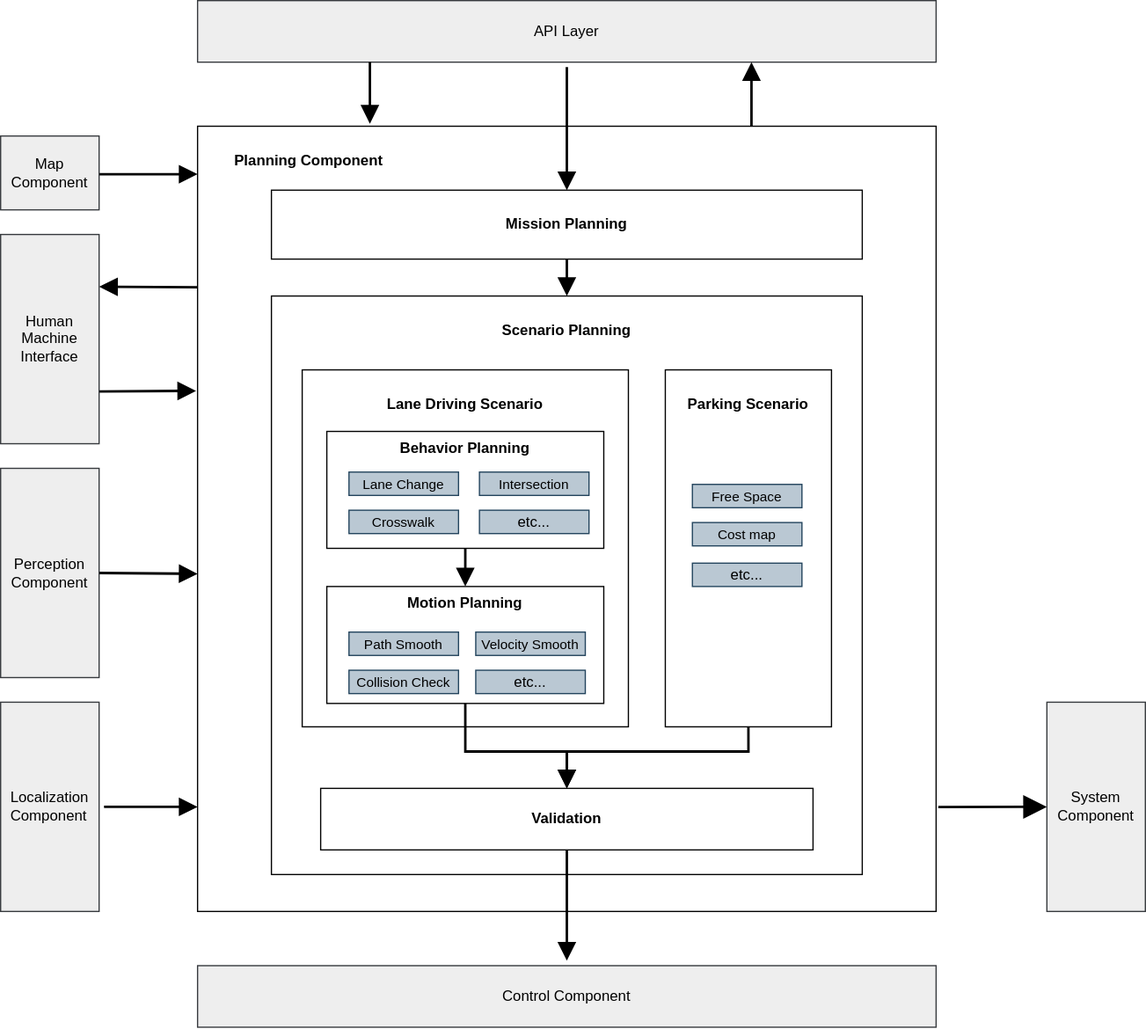
Earlier version of the draw.io export docs/design/autoware-architecture/planning/image/high-level-planning-diagram.drawio.svg (autowarefoundation/autoware-documentation). Source tidied: cells renumbered, new cells last; positions are measured from the earlier drawing's top-left corner, leaving out a move shared by most shapes.
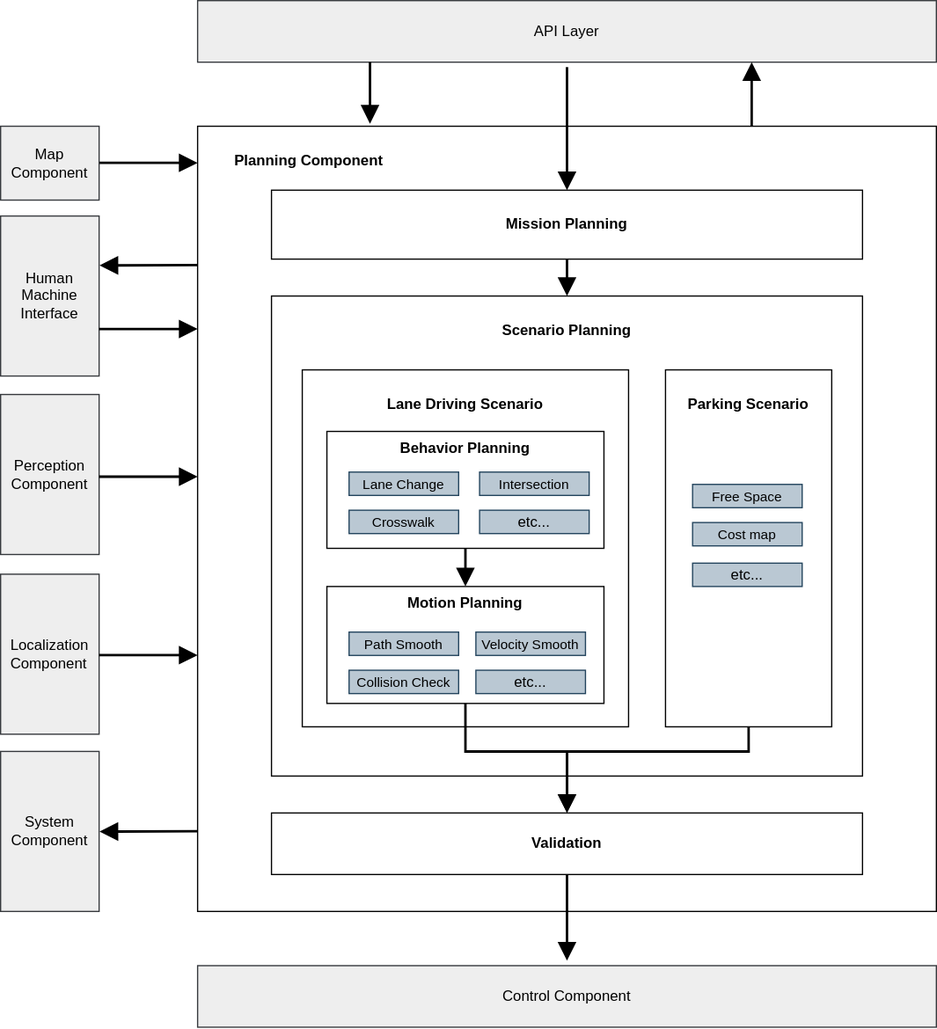
Later version of the same file.

Change to the diagram source:
```diff
@@ -4,34 +4,24 @@
     <mxCell id="1" parent="0" />
     <mxCell id="2" style="rounded=0;sketch=0;orthogonalLoop=1;jettySize=auto;html=1;exitX=1;exitY=0.5;exitDx=0;exitDy=0;exitPerimeter=0;entryX=0;entryY=0.036;entryDx=0;entryDy=0;entryPerimeter=0;shadow=0;labelBackgroundColor=none;strokeWidth=2;endArrow=block;endFill=1;startSize=10;endSize=10;sourcePerimeterSpacing=4;targetPerimeterSpacing=4;" parent="1" edge="1">
       <mxGeometry relative="1" as="geometry">
-        <mxPoint x="80" y="141" as="sourcePoint" />
-        <mxPoint x="160" y="141" as="targetPoint" />
+        <mxPoint x="80" y="131.8" as="sourcePoint" />
+        <mxPoint x="160" y="131.8" as="targetPoint" />
       </mxGeometry>
     </mxCell>
-    <mxCell id="3" style="edgeStyle=none;rounded=0;sketch=0;jettySize=auto;html=1;entryX=0;entryY=0.868;entryDx=0;entryDy=0;entryPerimeter=0;shadow=0;labelBackgroundColor=none;strokeWidth=2;endArrow=block;endFill=1;startSize=10;endSize=10;sourcePerimeterSpacing=4;targetPerimeterSpacing=4;" parent="1" edge="1" source="4" target="12">
-      <mxGeometry relative="1" as="geometry">
-        <Array as="points">
-          <mxPoint x="160" y="655" />
-        </Array>
-      </mxGeometry>
-    </mxCell>
     <mxCell id="4" value="&lt;div style=&quot;text-align: left&quot;&gt;Localization&lt;/div&gt;&lt;div style=&quot;text-align: left&quot;&gt;Component&lt;/div&gt;" style="rounded=1;whiteSpace=wrap;html=1;comic=0;shadow=0;arcSize=0;labelBackgroundColor=none;fillColor=#eeeeee;strokeColor=#36393d;" parent="1" vertex="1">
-      <mxGeometry y="570" width="80" height="170" as="geometry" />
+      <mxGeometry y="466" width="80" height="130" as="geometry" />
     </mxCell>
-    <mxCell id="5" style="edgeStyle=none;rounded=0;sketch=0;jettySize=auto;html=1;exitX=1;exitY=0.5;exitDx=0;exitDy=0;entryX=0;entryY=0.57;entryDx=0;entryDy=0;entryPerimeter=0;shadow=0;labelBackgroundColor=none;strokeWidth=2;endArrow=block;endFill=1;startSize=10;endSize=10;sourcePerimeterSpacing=4;targetPerimeterSpacing=4;" parent="1" edge="1" source="6" target="12">
-      <mxGeometry relative="1" as="geometry" />
-    </mxCell>
     <mxCell id="6" value="Perception&lt;br&gt;Component" style="rounded=1;whiteSpace=wrap;html=1;comic=0;shadow=0;arcSize=0;labelBackgroundColor=none;fillColor=#eeeeee;strokeColor=#36393d;" parent="1" vertex="1">
-      <mxGeometry y="380" width="80" height="170" as="geometry" />
+      <mxGeometry y="320" width="80" height="130" as="geometry" />
     </mxCell>
-    <mxCell id="7" style="rounded=0;sketch=0;jettySize=auto;html=1;entryX=0.001;entryY=0.205;entryDx=0;entryDy=0;entryPerimeter=0;shadow=0;labelBackgroundColor=none;strokeWidth=2;endArrow=none;endFill=0;startSize=10;endSize=10;sourcePerimeterSpacing=4;targetPerimeterSpacing=4;exitX=1;exitY=0.25;exitDx=0;exitDy=0;startArrow=block;startFill=1;" parent="1" edge="1" source="9" target="12">
-      <mxGeometry relative="1" as="geometry" />
+    <mxCell id="7" style="rounded=0;sketch=0;orthogonalLoop=1;jettySize=auto;html=1;entryX=0;entryY=0.169;entryDx=0;entryDy=0;entryPerimeter=0;shadow=0;labelBackgroundColor=none;strokeWidth=2;endArrow=none;endFill=0;startSize=10;endSize=10;sourcePerimeterSpacing=4;targetPerimeterSpacing=4;exitX=1.004;exitY=0.232;exitDx=0;exitDy=0;startArrow=block;startFill=1;exitPerimeter=0;" parent="1" edge="1">
+      <mxGeometry relative="1" as="geometry">
+        <mxPoint x="80.3" y="215.2" as="sourcePoint" />
+        <mxPoint x="160" y="214.9" as="targetPoint" />
+      </mxGeometry>
     </mxCell>
-    <mxCell id="8" style="edgeStyle=none;rounded=0;sketch=0;jettySize=auto;html=1;exitX=1;exitY=0.75;exitDx=0;exitDy=0;entryX=-0.002;entryY=0.337;entryDx=0;entryDy=0;entryPerimeter=0;shadow=0;labelBackgroundColor=none;strokeWidth=2;fontColor=#0d0d0d;endArrow=block;endFill=1;startSize=10;endSize=10;sourcePerimeterSpacing=4;targetPerimeterSpacing=4;" parent="1" edge="1" source="9" target="12">
-      <mxGeometry relative="1" as="geometry" />
-    </mxCell>
     <mxCell id="9" value="Human&lt;br&gt;Machine&lt;br&gt;Interface" style="rounded=1;whiteSpace=wrap;html=1;labelBackgroundColor=none;verticalAlign=middle;arcSize=0;shadow=0;fillColor=#eeeeee;strokeColor=#36393d;" parent="1" vertex="1">
-      <mxGeometry y="190" width="80" height="170" as="geometry" />
+      <mxGeometry y="175" width="80" height="130" as="geometry" />
     </mxCell>
     <mxCell id="10" value="API Layer" style="rounded=1;whiteSpace=wrap;html=1;labelBackgroundColor=none;verticalAlign=middle;arcSize=0;shadow=0;fillColor=#eeeeee;strokeColor=#36393d;" parent="1" vertex="1">
       <mxGeometry x="160" width="600" height="50" as="geometry" />
@@ -49,7 +39,7 @@
       <mxGeometry x="220" y="154" width="480" height="56" as="geometry" />
     </mxCell>
     <mxCell id="15" value="&lt;b&gt;&lt;br&gt;Scenario Planning&lt;/b&gt;" style="rounded=0;whiteSpace=wrap;html=1;verticalAlign=top;labelBackgroundColor=none;shadow=0;" parent="1" vertex="1">
-      <mxGeometry x="220" y="240" width="480" height="470" as="geometry" />
+      <mxGeometry x="220" y="240" width="480" height="390" as="geometry" />
     </mxCell>
     <mxCell id="16" value="&lt;b&gt;&lt;br&gt;Lane Driving Scenario&lt;/b&gt;" style="rounded=0;whiteSpace=wrap;html=1;verticalAlign=top;labelBackgroundColor=none;shadow=0;" parent="1" vertex="1">
       <mxGeometry x="245" y="300" width="265" height="290" as="geometry" />
@@ -88,7 +78,7 @@
       </mxGeometry>
     </mxCell>
     <mxCell id="24" value="&lt;b&gt;Validation&lt;/b&gt;" style="rounded=0;whiteSpace=wrap;html=1;verticalAlign=middle;labelBackgroundColor=none;shadow=0;" parent="1" vertex="1">
-      <mxGeometry x="260" y="640" width="400" height="50" as="geometry" />
+      <mxGeometry x="220" y="660" width="480" height="50" as="geometry" />
     </mxCell>
     <mxCell id="25" value="Control Component" style="rounded=1;whiteSpace=wrap;html=1;labelBackgroundColor=none;verticalAlign=middle;arcSize=0;shadow=0;fillColor=#eeeeee;strokeColor=#36393d;" parent="1" vertex="1">
       <mxGeometry x="160" y="784" width="600" height="50" as="geometry" />
@@ -99,11 +89,8 @@
     <mxCell id="27" style="edgeStyle=orthogonalEdgeStyle;rounded=0;sketch=0;jettySize=auto;html=1;entryX=0.5;entryY=0;entryDx=0;entryDy=0;shadow=0;labelBackgroundColor=none;strokeWidth=2;endArrow=block;endFill=1;startSize=10;endSize=10;sourcePerimeterSpacing=4;targetPerimeterSpacing=4;" parent="1" edge="1" source="10" target="14">
       <mxGeometry relative="1" as="geometry" />
     </mxCell>
-    <mxCell id="28" style="edgeStyle=none;curved=1;rounded=0;jettySize=auto;html=1;exitX=0;exitY=0.5;exitDx=0;exitDy=0;entryX=1.003;entryY=0.867;entryDx=0;entryDy=0;entryPerimeter=0;strokeWidth=2;endArrow=none;endFill=0;startSize=14;endSize=12;sourcePerimeterSpacing=8;targetPerimeterSpacing=8;startArrow=block;startFill=1;" parent="1" edge="1" source="29" target="12">
-      <mxGeometry relative="1" as="geometry" />
-    </mxCell>
     <mxCell id="29" value="&lt;div style=&quot;&quot;&gt;System&lt;/div&gt;&lt;div style=&quot;&quot;&gt;Component&lt;/div&gt;" style="rounded=1;whiteSpace=wrap;html=1;comic=0;shadow=0;arcSize=0;labelBackgroundColor=none;align=center;fillColor=#eeeeee;strokeColor=#36393d;" parent="1" vertex="1">
-      <mxGeometry x="850" y="570" width="80" height="170" as="geometry" />
+      <mxGeometry y="610" width="80" height="130" as="geometry" />
     </mxCell>
     <mxCell id="30" style="edgeStyle=orthogonalEdgeStyle;rounded=0;sketch=0;orthogonalLoop=1;jettySize=auto;html=1;shadow=0;labelBackgroundColor=none;strokeWidth=2;endArrow=block;endFill=1;startSize=10;endSize=10;sourcePerimeterSpacing=4;targetPerimeterSpacing=4;" parent="1" edge="1">
       <mxGeometry relative="1" as="geometry">
@@ -112,7 +99,7 @@
       </mxGeometry>
     </mxCell>
     <mxCell id="31" value="Map&lt;br&gt;Component" style="rounded=1;whiteSpace=wrap;html=1;labelBackgroundColor=none;verticalAlign=middle;arcSize=0;shadow=0;fillColor=#eeeeee;strokeColor=#36393d;" parent="1" vertex="1">
-      <mxGeometry y="110" width="80" height="60" as="geometry" />
+      <mxGeometry y="102" width="80" height="60" as="geometry" />
     </mxCell>
     <mxCell id="32" value="&lt;div style=&quot;font-size: 11px;&quot;&gt;Lane Change&lt;/div&gt;" style="rounded=1;whiteSpace=wrap;html=1;comic=0;shadow=0;arcSize=0;labelBackgroundColor=none;align=center;fontSize=11;fillColor=#bac8d3;strokeColor=#23445d;" parent="1" vertex="1">
       <mxGeometry x="283" y="383" width="89" height="19" as="geometry" />
@@ -147,5 +134,29 @@
     <mxCell id="42" value="&lt;div style=&quot;&quot;&gt;etc...&lt;/div&gt;" style="rounded=1;whiteSpace=wrap;html=1;comic=0;shadow=0;arcSize=0;labelBackgroundColor=none;align=center;fillColor=#bac8d3;strokeColor=#23445d;" parent="1" vertex="1">
       <mxGeometry x="562" y="457" width="89" height="19" as="geometry" />
     </mxCell>
+    <mxCell id="43" style="rounded=0;sketch=0;orthogonalLoop=1;jettySize=auto;html=1;exitX=1;exitY=0.5;exitDx=0;exitDy=0;exitPerimeter=0;entryX=0;entryY=0.036;entryDx=0;entryDy=0;entryPerimeter=0;shadow=0;labelBackgroundColor=none;strokeWidth=2;endArrow=block;endFill=1;startSize=10;endSize=10;sourcePerimeterSpacing=4;targetPerimeterSpacing=4;" parent="1" edge="1">
+      <mxGeometry relative="1" as="geometry">
+        <mxPoint x="80" y="266.8" as="sourcePoint" />
+        <mxPoint x="160" y="266.8" as="targetPoint" />
+      </mxGeometry>
+    </mxCell>
+    <mxCell id="44" style="rounded=0;sketch=0;orthogonalLoop=1;jettySize=auto;html=1;exitX=1;exitY=0.5;exitDx=0;exitDy=0;exitPerimeter=0;entryX=0;entryY=0.036;entryDx=0;entryDy=0;entryPerimeter=0;shadow=0;labelBackgroundColor=none;strokeWidth=2;endArrow=block;endFill=1;startSize=10;endSize=10;sourcePerimeterSpacing=4;targetPerimeterSpacing=4;" parent="1" edge="1">
+      <mxGeometry relative="1" as="geometry">
+        <mxPoint x="80" y="386.8" as="sourcePoint" />
+        <mxPoint x="160" y="386.8" as="targetPoint" />
+      </mxGeometry>
+    </mxCell>
+    <mxCell id="45" style="rounded=0;sketch=0;orthogonalLoop=1;jettySize=auto;html=1;exitX=1;exitY=0.5;exitDx=0;exitDy=0;exitPerimeter=0;entryX=0;entryY=0.036;entryDx=0;entryDy=0;entryPerimeter=0;shadow=0;labelBackgroundColor=none;strokeWidth=2;endArrow=block;endFill=1;startSize=10;endSize=10;sourcePerimeterSpacing=4;targetPerimeterSpacing=4;" parent="1" edge="1">
+      <mxGeometry relative="1" as="geometry">
+        <mxPoint x="80" y="531.8" as="sourcePoint" />
+        <mxPoint x="160" y="531.8" as="targetPoint" />
+      </mxGeometry>
+    </mxCell>
+    <mxCell id="46" style="rounded=0;sketch=0;orthogonalLoop=1;jettySize=auto;html=1;entryX=0;entryY=0.169;entryDx=0;entryDy=0;entryPerimeter=0;shadow=0;labelBackgroundColor=none;strokeWidth=2;endArrow=none;endFill=0;startSize=10;endSize=10;sourcePerimeterSpacing=4;targetPerimeterSpacing=4;exitX=1.004;exitY=0.232;exitDx=0;exitDy=0;startArrow=block;startFill=1;exitPerimeter=0;" parent="1" edge="1">
+      <mxGeometry relative="1" as="geometry">
+        <mxPoint x="80.3" y="675.2" as="sourcePoint" />
+        <mxPoint x="160" y="674.9" as="targetPoint" />
+      </mxGeometry>
+    </mxCell>
   </root>
 </mxGraphModel>
```
